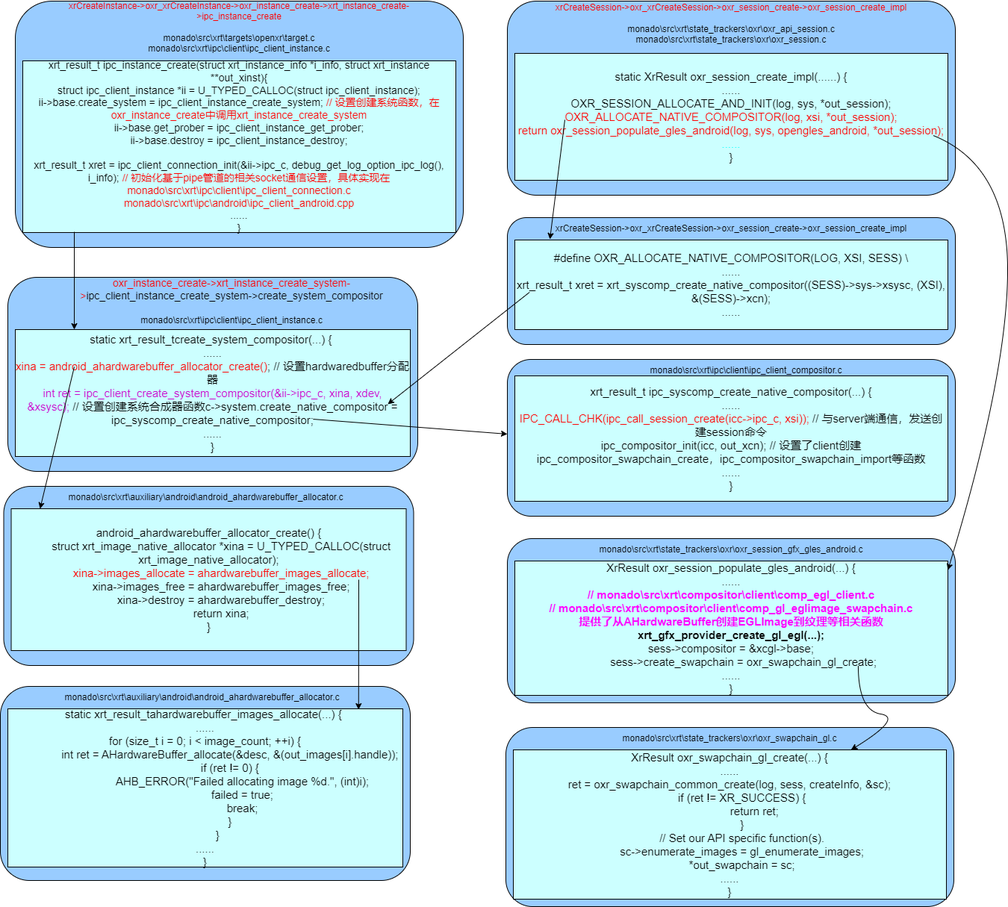
The draw.io diagram images/create-swapchain-drawio.png in Joe-Bi-2016/joe-bi-2016.github.io, before a commit. Source tidied: cells renumbered, new cells last; positions are measured from the earlier drawing's top-left corner, leaving out a move shared by most shapes.
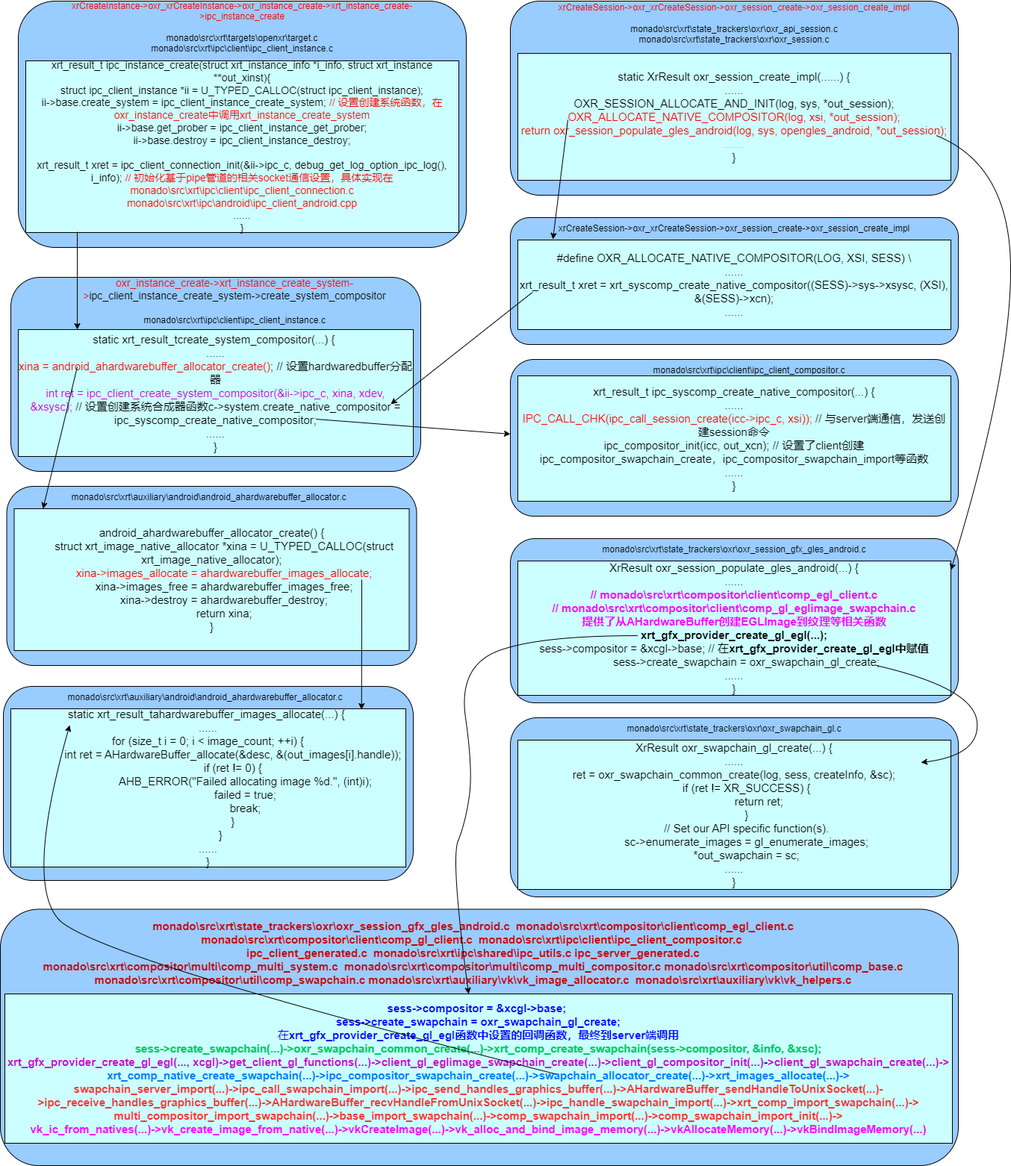
After the change.

Commit message:
monado out of process分析

What changed in the source:
```diff
@@ -100,7 +100,7 @@
     <mxCell id="30" value="monado\src\xrt\state_trackers\oxr\oxr_session_gfx_gles_android.c" style="text;html=1;align=center;verticalAlign=middle;whiteSpace=wrap;rounded=0;" parent="1" vertex="1">
       <mxGeometry x="719" y="720" width="520" height="30" as="geometry" />
     </mxCell>
-    <mxCell id="31" value="&lt;div style=&quot;&quot;&gt;&lt;span style=&quot;background-color: initial; font-size: 15px;&quot;&gt;XrResult&amp;nbsp;&lt;/span&gt;&lt;span style=&quot;font-size: 15px;&quot;&gt;oxr_session_populate_gles_android(...) {&lt;/span&gt;&lt;/div&gt;&lt;div style=&quot;&quot;&gt;&lt;span style=&quot;font-size: 15px;&quot;&gt;......&lt;/span&gt;&lt;/div&gt;&lt;div style=&quot;&quot;&gt;&lt;b&gt;&lt;font color=&quot;#ff00ff&quot;&gt;&lt;span style=&quot;font-size: 15px;&quot;&gt;//&amp;nbsp;&lt;/span&gt;&lt;span style=&quot;background-color: initial; font-size: 15px;&quot;&gt;monado\src\xrt\compositor\client\comp_egl_client.c&lt;/span&gt;&lt;/font&gt;&lt;/b&gt;&lt;/div&gt;&lt;div style=&quot;&quot;&gt;&lt;font color=&quot;#ff00ff&quot;&gt;&lt;b&gt;&lt;span style=&quot;background-color: initial; font-size: 15px;&quot;&gt;//&amp;nbsp;&lt;/span&gt;&lt;/b&gt;&lt;span style=&quot;background-color: initial; font-size: 15px;&quot;&gt;&lt;b&gt;monado\src\xrt\compositor\client\comp_gl_eglimage_swapchain.c&lt;/b&gt;&lt;/span&gt;&lt;/font&gt;&lt;/div&gt;&lt;div style=&quot;&quot;&gt;&lt;font color=&quot;#ff00ff&quot;&gt;&lt;b style=&quot;background-color: initial;&quot;&gt;&lt;span style=&quot;background-color: initial; font-size: 15px;&quot;&gt;提供了从&lt;/span&gt;&lt;span style=&quot;font-size: 15px; background-color: initial;&quot;&gt;AHardwareBuffer&lt;/span&gt;&lt;/b&gt;&lt;b style=&quot;background-color: initial; font-size: 15px;&quot;&gt;创建EGLImage到纹理等相关函数&lt;/b&gt;&lt;/font&gt;&lt;/div&gt;&lt;div style=&quot;&quot;&gt;&lt;span style=&quot;font-size: 15px;&quot;&gt;&lt;b&gt;xrt_gfx_provider_create_gl_egl(...);&lt;/b&gt;&lt;/span&gt;&lt;br&gt;&lt;/div&gt;&lt;div style=&quot;&quot;&gt;&lt;span style=&quot;font-size: 15px;&quot;&gt;&lt;div&gt;sess-&amp;gt;compositor = &amp;amp;xcgl-&amp;gt;base;&lt;/div&gt;&lt;div&gt;&lt;span style=&quot;white-space:pre&quot;&gt;&#9;&lt;/span&gt;sess-&amp;gt;create_swapchain = oxr_swapchain_gl_create;&lt;/div&gt;&lt;/span&gt;&lt;/div&gt;&lt;div style=&quot;&quot;&gt;&lt;span style=&quot;font-size: 15px;&quot;&gt;......&lt;/span&gt;&lt;/div&gt;&lt;div style=&quot;&quot;&gt;&lt;span style=&quot;font-size: 15px;&quot;&gt;}&lt;/span&gt;&lt;br&gt;&lt;/div&gt;" style="rounded=0;whiteSpace=wrap;html=1;fillColor=#CCFFFF;" parent="1" vertex="1">
+    <mxCell id="31" value="&lt;div style=&quot;&quot;&gt;&lt;span style=&quot;background-color: initial; font-size: 15px;&quot;&gt;XrResult&amp;nbsp;&lt;/span&gt;&lt;span style=&quot;font-size: 15px;&quot;&gt;oxr_session_populate_gles_android(...) {&lt;/span&gt;&lt;/div&gt;&lt;div style=&quot;&quot;&gt;&lt;span style=&quot;font-size: 15px;&quot;&gt;......&lt;/span&gt;&lt;/div&gt;&lt;div style=&quot;&quot;&gt;&lt;b&gt;&lt;font color=&quot;#ff00ff&quot;&gt;&lt;span style=&quot;font-size: 15px;&quot;&gt;//&amp;nbsp;&lt;/span&gt;&lt;span style=&quot;background-color: initial; font-size: 15px;&quot;&gt;monado\src\xrt\compositor\client\comp_egl_client.c&lt;/span&gt;&lt;/font&gt;&lt;/b&gt;&lt;/div&gt;&lt;div style=&quot;&quot;&gt;&lt;font color=&quot;#ff00ff&quot;&gt;&lt;b&gt;&lt;span style=&quot;background-color: initial; font-size: 15px;&quot;&gt;//&amp;nbsp;&lt;/span&gt;&lt;/b&gt;&lt;span style=&quot;background-color: initial; font-size: 15px;&quot;&gt;&lt;b&gt;monado\src\xrt\compositor\client\comp_gl_eglimage_swapchain.c&lt;/b&gt;&lt;/span&gt;&lt;/font&gt;&lt;/div&gt;&lt;div style=&quot;&quot;&gt;&lt;font color=&quot;#ff00ff&quot;&gt;&lt;b style=&quot;background-color: initial;&quot;&gt;&lt;span style=&quot;background-color: initial; font-size: 15px;&quot;&gt;提供了从&lt;/span&gt;&lt;span style=&quot;font-size: 15px; background-color: initial;&quot;&gt;AHardwareBuffer&lt;/span&gt;&lt;/b&gt;&lt;b style=&quot;background-color: initial; font-size: 15px;&quot;&gt;创建EGLImage到纹理等相关函数&lt;/b&gt;&lt;/font&gt;&lt;b style=&quot;font-size: 15px; background-color: initial;&quot;&gt;xrt_gfx_provider_create_gl_egl(...);&lt;/b&gt;&lt;/div&gt;&lt;div style=&quot;&quot;&gt;&lt;span style=&quot;font-size: 15px;&quot;&gt;&lt;div&gt;sess-&amp;gt;compositor = &amp;amp;xcgl-&amp;gt;base; // 在&lt;b style=&quot;background-color: initial;&quot;&gt;xrt_gfx_provider_create_gl_egl中赋值&lt;/b&gt;&lt;/div&gt;&lt;/span&gt;&lt;span style=&quot;font-size: 15px;&quot;&gt;&lt;div&gt;&lt;span style=&quot;white-space:pre&quot;&gt;&#9;&lt;/span&gt;sess-&amp;gt;create_swapchain = oxr_swapchain_gl_create;&lt;/div&gt;&lt;/span&gt;&lt;/div&gt;&lt;div style=&quot;&quot;&gt;&lt;span style=&quot;font-size: 15px;&quot;&gt;......&lt;/span&gt;&lt;/div&gt;&lt;div style=&quot;&quot;&gt;&lt;span style=&quot;font-size: 15px;&quot;&gt;}&lt;/span&gt;&lt;br&gt;&lt;/div&gt;" style="rounded=0;whiteSpace=wrap;html=1;fillColor=#CCFFFF;" parent="1" vertex="1">
       <mxGeometry x="689" y="750" width="580" height="180" as="geometry" />
     </mxCell>
     <mxCell id="32" style="curved=1;endArrow=classic;html=1;rounded=0;exitX=0.966;exitY=0.647;exitDx=0;exitDy=0;exitPerimeter=0;entryX=1;entryY=0.067;entryDx=0;entryDy=0;entryPerimeter=0;" parent="1" edge="1" source="7" target="31">
@@ -112,21 +112,50 @@
       </mxGeometry>
     </mxCell>
     <mxCell id="33" style="rounded=1;whiteSpace=wrap;html=1;fillColor=#99CCFF;" parent="1" vertex="1">
-      <mxGeometry x="677" y="973" width="600" height="240" as="geometry" />
+      <mxGeometry x="679" y="960" width="600" height="240" as="geometry" />
     </mxCell>
     <mxCell id="34" value="monado\src\xrt\state_trackers\oxr\oxr_swapchain_gl.c" style="text;html=1;align=center;verticalAlign=middle;whiteSpace=wrap;rounded=0;" parent="1" vertex="1">
-      <mxGeometry x="717" y="973" width="520" height="30" as="geometry" />
+      <mxGeometry x="719" y="960" width="520" height="30" as="geometry" />
     </mxCell>
     <mxCell id="35" value="&lt;div style=&quot;&quot;&gt;&lt;span style=&quot;background-color: initial; font-size: 15px;&quot;&gt;XrResult&amp;nbsp;&lt;/span&gt;&lt;span style=&quot;font-size: 15px;&quot;&gt;oxr_swapchain_gl_create(...) {&lt;/span&gt;&lt;/div&gt;&lt;div style=&quot;&quot;&gt;&lt;span style=&quot;font-size: 15px;&quot;&gt;......&lt;/span&gt;&lt;/div&gt;&lt;div style=&quot;&quot;&gt;&lt;div style=&quot;&quot;&gt;&lt;span style=&quot;font-size: 15px;&quot;&gt;ret = oxr_swapchain_common_create(log, sess, createInfo, &amp;amp;sc);&lt;/span&gt;&lt;/div&gt;&lt;div style=&quot;&quot;&gt;&lt;span style=&quot;font-size: 15px; white-space: normal;&quot;&gt;&lt;span style=&quot;white-space:pre&quot;&gt;&#9;&lt;/span&gt;if (ret != XR_SUCCESS) {&lt;/span&gt;&lt;/div&gt;&lt;div style=&quot;&quot;&gt;&lt;span style=&quot;font-size: 15px; white-space: normal;&quot;&gt;&lt;span style=&quot;white-space:pre&quot;&gt;&#9;&#9;&lt;/span&gt;return ret;&lt;/span&gt;&lt;/div&gt;&lt;div style=&quot;&quot;&gt;&lt;span style=&quot;font-size: 15px; white-space: normal;&quot;&gt;&lt;span style=&quot;white-space:pre&quot;&gt;&#9;&lt;/span&gt;}&lt;/span&gt;&lt;/div&gt;&lt;div style=&quot;&quot;&gt;&lt;span style=&quot;font-size: 15px; white-space: normal;&quot;&gt;&lt;span style=&quot;white-space:pre&quot;&gt;&#9;&lt;/span&gt;// Set our API specific function(s).&lt;/span&gt;&lt;/div&gt;&lt;div style=&quot;&quot;&gt;&lt;span style=&quot;font-size: 15px; white-space: normal;&quot;&gt;&lt;span style=&quot;white-space:pre&quot;&gt;&#9;&lt;/span&gt;sc-&amp;gt;enumerate_images = gl_enumerate_images;&lt;/span&gt;&lt;/div&gt;&lt;div style=&quot;&quot;&gt;&lt;span style=&quot;font-size: 15px; background-color: initial; white-space: pre;&quot;&gt;&#9;&lt;/span&gt;&lt;span style=&quot;font-size: 15px; background-color: initial;&quot;&gt;*out_swapchain = sc;&lt;/span&gt;&lt;br&gt;&lt;/div&gt;&lt;/div&gt;&lt;div style=&quot;&quot;&gt;&lt;span style=&quot;font-size: 15px;&quot;&gt;......&lt;/span&gt;&lt;/div&gt;&lt;div style=&quot;&quot;&gt;&lt;span style=&quot;font-size: 15px;&quot;&gt;}&lt;/span&gt;&lt;br&gt;&lt;/div&gt;" style="rounded=0;whiteSpace=wrap;html=1;fillColor=#CCFFFF;" parent="1" vertex="1">
-      <mxGeometry x="687" y="1003" width="580" height="200" as="geometry" />
+      <mxGeometry x="689" y="990" width="580" height="200" as="geometry" />
     </mxCell>
-    <mxCell id="36" style="curved=1;endArrow=classic;html=1;rounded=0;exitX=0.793;exitY=0.778;exitDx=0;exitDy=0;exitPerimeter=0;" parent="1" edge="1" source="31" target="35">
-      <mxGeometry relative="1" as="geometry">
-        <Array as="points">
-          <mxPoint x="1149" y="950" />
-          <mxPoint x="1209" y="960" />
-        </Array>
-      </mxGeometry>
-    </mxCell>
+    <mxCell id="37" style="rounded=1;whiteSpace=wrap;html=1;fillColor=#99CCFF;" parent="1" vertex="1">
+      <mxGeometry x="-4" y="1216.5" width="1283" height="343.5" as="geometry" />
+    </mxCell>
+    <mxCell id="38" value="&lt;div&gt;&lt;b style=&quot;&quot;&gt;&lt;font color=&quot;#cc0000&quot;&gt;&lt;span style=&quot;background-color: initial; font-size: 15px;&quot;&gt;monado\src\xrt\state_trackers\oxr\oxr_session_gfx_gles_android.c&amp;nbsp;&amp;nbsp;&lt;/span&gt;&lt;/font&gt;&lt;/b&gt;&lt;b style=&quot;color: rgb(204, 0, 0); background-color: initial;&quot;&gt;&lt;span style=&quot;background-color: initial; font-size: 15px;&quot;&gt;monado\src\xrt\compositor\client\comp_egl_client.c&lt;/span&gt;&lt;/b&gt;&lt;/div&gt;&lt;div&gt;&lt;span style=&quot;background-color: initial;&quot;&gt;&lt;b&gt;&lt;font color=&quot;#cc0000&quot;&gt;&lt;span style=&quot;font-size: 15px;&quot;&gt;monado\src\xrt\compositor\client\comp_gl_client.c&amp;nbsp;&amp;nbsp;&lt;/span&gt;&lt;/font&gt;&lt;/b&gt;&lt;/span&gt;&lt;b style=&quot;font-size: 15px; background-color: initial;&quot;&gt;&lt;font color=&quot;#cc0000&quot;&gt;monado\src\xrt\ipc\client\ipc_client_compositor.c&amp;nbsp;&lt;/font&gt;&lt;/b&gt;&lt;/div&gt;&lt;div&gt;&lt;span style=&quot;background-color: initial; font-size: 15px;&quot;&gt;&lt;font color=&quot;#cc0000&quot;&gt;&lt;b&gt;ipc_client_generated.c&amp;nbsp;&amp;nbsp;&lt;/b&gt;&lt;/font&gt;&lt;/span&gt;&lt;span style=&quot;background-color: initial; font-size: 15px;&quot;&gt;&lt;font color=&quot;#cc0000&quot;&gt;&lt;b&gt;monado\src\xrt\ipc\shared\ipc_utils.c&amp;nbsp;&lt;/b&gt;&lt;/font&gt;&lt;/span&gt;&lt;b style=&quot;background-color: initial; color: rgb(204, 0, 0); font-size: 15px;&quot;&gt;ipc_server_generated.c&lt;/b&gt;&lt;/div&gt;&lt;div&gt;&lt;span style=&quot;background-color: initial;&quot;&gt;&lt;font style=&quot;&quot; color=&quot;#cc0000&quot;&gt;&lt;span style=&quot;font-size: 15px;&quot;&gt;&lt;b&gt;monado\src\xrt\compositor\multi\comp_multi_system.c&amp;nbsp;&amp;nbsp;&lt;/b&gt;&lt;/span&gt;&lt;/font&gt;&lt;/span&gt;&lt;span style=&quot;background-color: initial; font-size: 15px;&quot;&gt;&lt;font color=&quot;#cc0000&quot;&gt;&lt;b&gt;monado\src\xrt\compositor\multi\comp_multi_compositor.c&lt;/b&gt;&lt;/font&gt;&lt;/span&gt;&lt;span style=&quot;background-color: initial;&quot;&gt;&lt;font color=&quot;#cc0000&quot;&gt;&lt;span style=&quot;font-size: 15px;&quot;&gt;&lt;b&gt;&amp;nbsp;&lt;/b&gt;&lt;/span&gt;&lt;/font&gt;&lt;/span&gt;&lt;b style=&quot;background-color: initial; font-size: 15px; color: rgb(204, 0, 0);&quot;&gt;monado\src\xrt\compositor\util\comp_base.c&lt;/b&gt;&lt;/div&gt;&lt;div&gt;&lt;span style=&quot;background-color: initial;&quot;&gt;&lt;font style=&quot;&quot; color=&quot;#cc0000&quot;&gt;&lt;span style=&quot;font-size: 15px;&quot;&gt;&lt;b&gt;monado\src\xrt\compositor\util\comp_swapchain.c&amp;nbsp;&lt;/b&gt;&lt;/span&gt;&lt;/font&gt;&lt;/span&gt;&lt;span style=&quot;background-color: initial; font-size: 15px;&quot;&gt;&lt;font color=&quot;#cc0000&quot;&gt;&lt;b&gt;monado\src\xrt\auxiliary\vk\vk_image_allocator.c&amp;nbsp;&amp;nbsp;&lt;/b&gt;&lt;/font&gt;&lt;/span&gt;&lt;span style=&quot;background-color: initial; font-size: 15px;&quot;&gt;&lt;font color=&quot;#cc0000&quot;&gt;&lt;b&gt;monado\src\xrt\auxiliary\vk\vk_helpers.c&lt;/b&gt;&lt;/font&gt;&lt;/span&gt;&lt;/div&gt;" style="text;html=1;align=center;verticalAlign=middle;whiteSpace=wrap;rounded=0;" parent="1" vertex="1">
+      <mxGeometry x="30" y="1220.5" width="1199" height="109.5" as="geometry" />
+    </mxCell>
+    <mxCell id="39" value="&lt;div style=&quot;&quot;&gt;&lt;span style=&quot;background-color: initial;&quot;&gt;&lt;font color=&quot;#0000ff&quot;&gt;&lt;span style=&quot;font-size: 15px;&quot;&gt;&lt;b&gt;sess-&amp;gt;compositor = &amp;amp;xcgl-&amp;gt;base;&lt;/b&gt;&lt;/span&gt;&lt;/font&gt;&lt;b style=&quot;color: rgb(0, 0, 255); font-size: 15px;&quot;&gt;&amp;nbsp;&lt;/b&gt;&lt;/span&gt;&lt;/div&gt;&lt;div style=&quot;&quot;&gt;&lt;span style=&quot;background-color: initial; font-size: 15px;&quot;&gt;&lt;font color=&quot;#0000ff&quot;&gt;&lt;b&gt;sess-&amp;gt;create_swapchain = oxr_swapchain_gl_create;&lt;/b&gt;&lt;/font&gt;&lt;/span&gt;&lt;/div&gt;&lt;div style=&quot;&quot;&gt;&lt;span style=&quot;background-color: initial; font-size: 15px;&quot;&gt;&lt;font color=&quot;#0000ff&quot;&gt;在&lt;/font&gt;&lt;/span&gt;&lt;b style=&quot;color: rgb(0, 0, 255); background-color: initial; font-size: 15px;&quot;&gt;xrt_gfx_provider_create_gl_egl函数中设置的回调函数，最终到server端调用&lt;/b&gt;&lt;/div&gt;&lt;div style=&quot;&quot;&gt;&lt;font color=&quot;#00cc66&quot;&gt;&lt;span style=&quot;background-color: initial; font-size: 15px;&quot;&gt;&lt;b style=&quot;&quot;&gt;sess-&amp;gt;create_swapchain(...)-&amp;gt;&lt;/b&gt;&lt;/span&gt;&lt;span style=&quot;background-color: initial; font-size: 15px;&quot;&gt;&lt;b style=&quot;&quot;&gt;oxr_swapchain_common_create(...)-&amp;gt;xrt_comp_create_swapchain(sess-&amp;gt;compositor, &amp;amp;info, &amp;amp;xsc);&lt;/b&gt;&lt;/span&gt;&lt;/font&gt;&lt;/div&gt;&lt;div style=&quot;&quot;&gt;&lt;span style=&quot;background-color: initial; font-size: 15px;&quot;&gt;&lt;b style=&quot;&quot;&gt;&lt;font color=&quot;#cc00cc&quot;&gt;xrt_gfx_provider_create_gl_egl(..., xcgl)-&amp;gt;get_client_gl_functions(...)-&amp;gt;client_gl_eglimage_swapchain_create(...)-&amp;gt;client_gl_compositor_init(...)&lt;/font&gt;&lt;/b&gt;&lt;/span&gt;&lt;span style=&quot;background-color: initial; font-size: 15px;&quot;&gt;&lt;b style=&quot;&quot;&gt;&lt;font color=&quot;#0000ff&quot;&gt;-&lt;/font&gt;&lt;font color=&quot;#cc00cc&quot;&gt;&amp;gt;&lt;/font&gt;&lt;/b&gt;&lt;/span&gt;&lt;span style=&quot;background-color: initial; font-size: 15px;&quot;&gt;&lt;b style=&quot;&quot;&gt;&lt;font color=&quot;#cc00cc&quot;&gt;client_gl_swapchain_create(...)-&amp;gt;&lt;/font&gt;&lt;/b&gt;&lt;/span&gt;&lt;/div&gt;&lt;div style=&quot;&quot;&gt;&lt;font color=&quot;#007fff&quot;&gt;&lt;span style=&quot;background-color: initial; font-size: 15px;&quot;&gt;&lt;b style=&quot;&quot;&gt;xrt_comp_native_create_swapchain(...)-&amp;gt;&lt;/b&gt;&lt;/span&gt;&lt;span style=&quot;background-color: initial;&quot;&gt;&lt;span style=&quot;font-size: 15px;&quot;&gt;&lt;b&gt;ipc_compositor_swapchain_create(...)-&amp;gt;&lt;/b&gt;&lt;/span&gt;&lt;/span&gt;&lt;span style=&quot;background-color: initial;&quot;&gt;&lt;span style=&quot;font-size: 15px;&quot;&gt;&lt;b&gt;swapchain_allocator_create&lt;/b&gt;&lt;/span&gt;&lt;b style=&quot;font-size: 15px;&quot;&gt;(...)&lt;/b&gt;&lt;font style=&quot;font-size: 15px; font-weight: bold;&quot;&gt;-&amp;gt;&lt;/font&gt;&lt;/span&gt;&lt;span style=&quot;background-color: initial; font-size: 15px;&quot;&gt;&lt;b style=&quot;&quot;&gt;xrt_images_allocate(...)-&amp;gt;&lt;/b&gt;&lt;/span&gt;&lt;/font&gt;&lt;/div&gt;&lt;div style=&quot;&quot;&gt;&lt;font color=&quot;#ff3333&quot;&gt;&lt;span style=&quot;background-color: initial; font-size: 15px;&quot;&gt;&lt;b style=&quot;&quot;&gt;swapchain_server_import(...)-&amp;gt;&lt;/b&gt;&lt;/span&gt;&lt;span style=&quot;background-color: initial; font-size: 15px;&quot;&gt;&lt;b&gt;ipc_call_swapchain_import(...)-&amp;gt;&lt;/b&gt;&lt;/span&gt;&lt;span style=&quot;background-color: initial; font-size: 15px;&quot;&gt;&lt;b&gt;ipc_send_handles_graphics_buffer(...)-&amp;gt;&lt;/b&gt;&lt;/span&gt;&lt;span style=&quot;background-color: initial; font-size: 15px;&quot;&gt;&lt;b style=&quot;&quot;&gt;AHardwareBuffer_sendHandleToUnixSocket(...)-&amp;gt;&lt;/b&gt;&lt;/span&gt;&lt;span style=&quot;background-color: initial; font-size: 15px;&quot;&gt;&lt;b&gt;ipc_receive_handles_graphics_buffer(...)-&amp;gt;&lt;/b&gt;&lt;/span&gt;&lt;span style=&quot;background-color: initial; font-size: 15px;&quot;&gt;&lt;b&gt;AHardwareBuffer_recvHandleFromUnixSocket(...)-&amp;gt;&lt;/b&gt;&lt;/span&gt;&lt;span style=&quot;background-color: initial; font-size: 15px;&quot;&gt;&lt;b&gt;ipc_handle_swapchain_import(...)-&amp;gt;&lt;/b&gt;&lt;/span&gt;&lt;span style=&quot;background-color: initial; font-size: 15px;&quot;&gt;&lt;b&gt;xrt_comp_import_swapchain(...)-&amp;gt;&lt;/b&gt;&lt;/span&gt;&lt;/font&gt;&lt;/div&gt;&lt;div style=&quot;&quot;&gt;&lt;font color=&quot;#ff3333&quot;&gt;&lt;span style=&quot;background-color: initial; font-size: 15px;&quot;&gt;&lt;b&gt;multi_compositor_import_swapchain(...)-&amp;gt;&lt;/b&gt;&lt;/span&gt;&lt;span style=&quot;background-color: initial; font-size: 15px;&quot;&gt;&lt;b&gt;base_import_swapchain(...)-&amp;gt;&lt;/b&gt;&lt;/span&gt;&lt;span style=&quot;background-color: initial; font-size: 15px;&quot;&gt;&lt;b&gt;comp_swapchain_import(...)-&amp;gt;&lt;/b&gt;&lt;/span&gt;&lt;span style=&quot;background-color: initial; font-size: 15px;&quot;&gt;&lt;b style=&quot;&quot;&gt;comp_swapchain_import_init(...)-&amp;gt;&lt;/b&gt;&lt;/span&gt;&lt;/font&gt;&lt;/div&gt;&lt;div style=&quot;&quot;&gt;&lt;font color=&quot;#ff00ff&quot;&gt;&lt;span style=&quot;background-color: initial; font-size: 15px;&quot;&gt;&lt;b style=&quot;&quot;&gt;vk_ic_from_natives(...)-&amp;gt;&lt;/b&gt;&lt;/span&gt;&lt;span style=&quot;background-color: initial; font-size: 15px;&quot;&gt;&lt;b&gt;vk_create_image_from_native(...)-&amp;gt;&lt;/b&gt;&lt;/span&gt;&lt;span style=&quot;background-color: initial; font-size: 15px;&quot;&gt;&lt;b&gt;vkCreateImage(...)-&amp;gt;&lt;/b&gt;&lt;/span&gt;&lt;span style=&quot;background-color: initial; font-size: 15px;&quot;&gt;&lt;b&gt;vk_alloc_and_bind_image_memory(...)-&amp;gt;&lt;/b&gt;&lt;/span&gt;&lt;span style=&quot;background-color: initial; font-size: 15px;&quot;&gt;&lt;b&gt;vkAllocateMemory(...)-&amp;gt;&lt;/b&gt;&lt;/span&gt;&lt;span style=&quot;background-color: initial; font-size: 15px;&quot;&gt;&lt;b style=&quot;&quot;&gt;vkBindImageMemory(...)&lt;/b&gt;&lt;/span&gt;&lt;/font&gt;&lt;/div&gt;" style="rounded=0;whiteSpace=wrap;html=1;fillColor=#CCFFFF;align=center;" parent="1" vertex="1">
+      <mxGeometry x="2" y="1330" width="1269" height="200" as="geometry" />
+    </mxCell>
+    <mxCell id="40" style="curved=1;endArrow=classic;html=1;rounded=0;exitX=0.845;exitY=0.778;exitDx=0;exitDy=0;exitPerimeter=0;entryX=0.931;entryY=0.15;entryDx=0;entryDy=0;entryPerimeter=0;" parent="1" edge="1" target="35">
+      <mxGeometry relative="1" as="geometry">
+        <mxPoint x="1169" y="890" as="sourcePoint" />
+        <Array as="points">
+          <mxPoint x="1298.9" y="920" />
+          <mxPoint x="1308.9" y="1010" />
+        </Array>
+      </mxGeometry>
+    </mxCell>
+    <mxCell id="41" style="curved=1;endArrow=classic;html=1;rounded=0;exitX=0.276;exitY=0.556;exitDx=0;exitDy=0;exitPerimeter=0;" parent="1" edge="1" source="31" target="39">
+      <mxGeometry relative="1" as="geometry">
+        <Array as="points">
+          <mxPoint x="719" y="850" />
+          <mxPoint x="609" y="890" />
+          <mxPoint x="629" y="1030" />
+          <mxPoint x="619" y="1100" />
+          <mxPoint x="599" y="1150" />
+        </Array>
+      </mxGeometry>
+    </mxCell>
+    <mxCell id="42" style="curved=1;endArrow=classic;html=1;rounded=0;entryX=0.149;entryY=0.104;entryDx=0;entryDy=0;entryPerimeter=0;exitX=0.581;exitY=0.536;exitDx=0;exitDy=0;exitPerimeter=0;" parent="1" edge="1" source="39" target="18">
+      <mxGeometry relative="1" as="geometry">
+        <Array as="points">
+          <mxPoint x="119" y="1280" />
+          <mxPoint x="29" y="1180" />
+        </Array>
+      </mxGeometry>
+    </mxCell>
   </root>
 </mxGraphModel>
```
